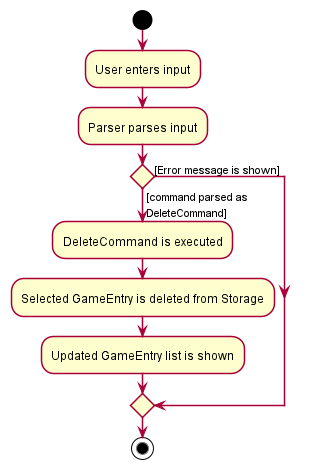
Above: docs/images/DeleteActivityDiagram.png in yzhilong/tp (PlantUML), before the change.
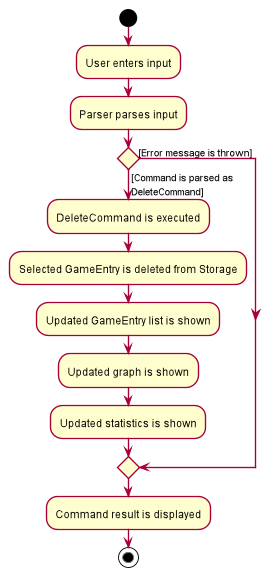
The same file after the commit.

Commit message:
Modify sequence diagram

Diff of the diagram source:
```diff
@@ -3,12 +3,15 @@
 start
 :User enters input;
 :Parser parses input;
-if () then ([command parsed as
+if () then ([Command is parsed as
 DeleteCommand])
 :DeleteCommand is executed;
 :Selected GameEntry is deleted from Storage;
 :Updated GameEntry list is shown;
-else ([Error message is shown])
+:Updated graph is shown;
+:Updated statistics is shown;
+else ([Error message is thrown])
 endif
+:Command result is displayed;
 stop
 @enduml
```
